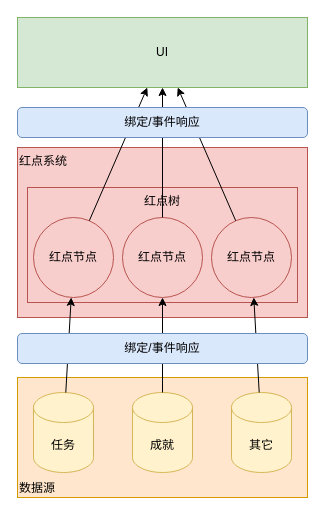
MycroftCooper/LiteGamePlayFramework keeps this draw.io diagram as page "架构图" (1 of 2) of UI/RedDotSystem/Document/红点系统.drawio. Above is the earlier version. Source tidied: cells renumbered, new cells numbered last; positions are measured from the earlier drawing's top-left corner, leaving out a move shared by most shapes. Both pictures are drawn from the tidied source at 100%, with x=0, y=0 at pixel (17, 17).
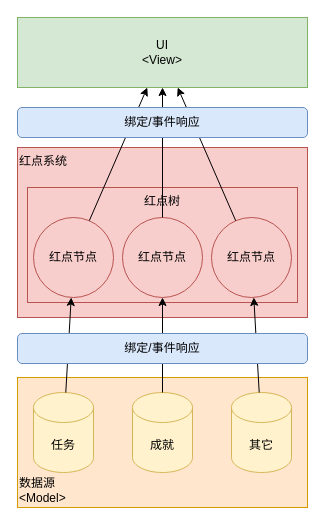
The same page after the edit.

Unchanged cells that the change refers to:
```xml
<mxCell id="3" style="group;verticalAlign=bottom;" parent="1" vertex="1">
  <mxGeometry y="360" width="290" height="130" as="geometry" />
</mxCell>
```

The edit, as a diff of the source:
```diff
@@
-    <mxCell id="2" value="UI" style="rounded=0;whiteSpace=wrap;html=1;verticalAlign=middle;fillColor=#d5e8d4;strokeColor=#82b366;" parent="1" vertex="1">
+    <mxCell id="2" value="UI&lt;br&gt;&amp;lt;View&amp;gt;" style="rounded=0;whiteSpace=wrap;html=1;verticalAlign=middle;fillColor=#d5e8d4;strokeColor=#82b366;" parent="1" vertex="1">
       <mxGeometry width="290" height="70" as="geometry" />
     </mxCell>
@@
-    <mxCell id="4" value="数据源" style="rounded=0;whiteSpace=wrap;html=1;verticalAlign=bottom;align=left;fillColor=#ffe6cc;strokeColor=#d79b00;" parent="3" vertex="1">
-      <mxGeometry width="290" height="120" as="geometry" />
+    <mxCell id="4" value="数据源&lt;br&gt;&amp;lt;Model&amp;gt;" style="rounded=0;whiteSpace=wrap;html=1;verticalAlign=bottom;align=left;fillColor=#ffe6cc;strokeColor=#d79b00;" parent="3" vertex="1">
+      <mxGeometry width="290" height="130" as="geometry" />
     </mxCell>
```
